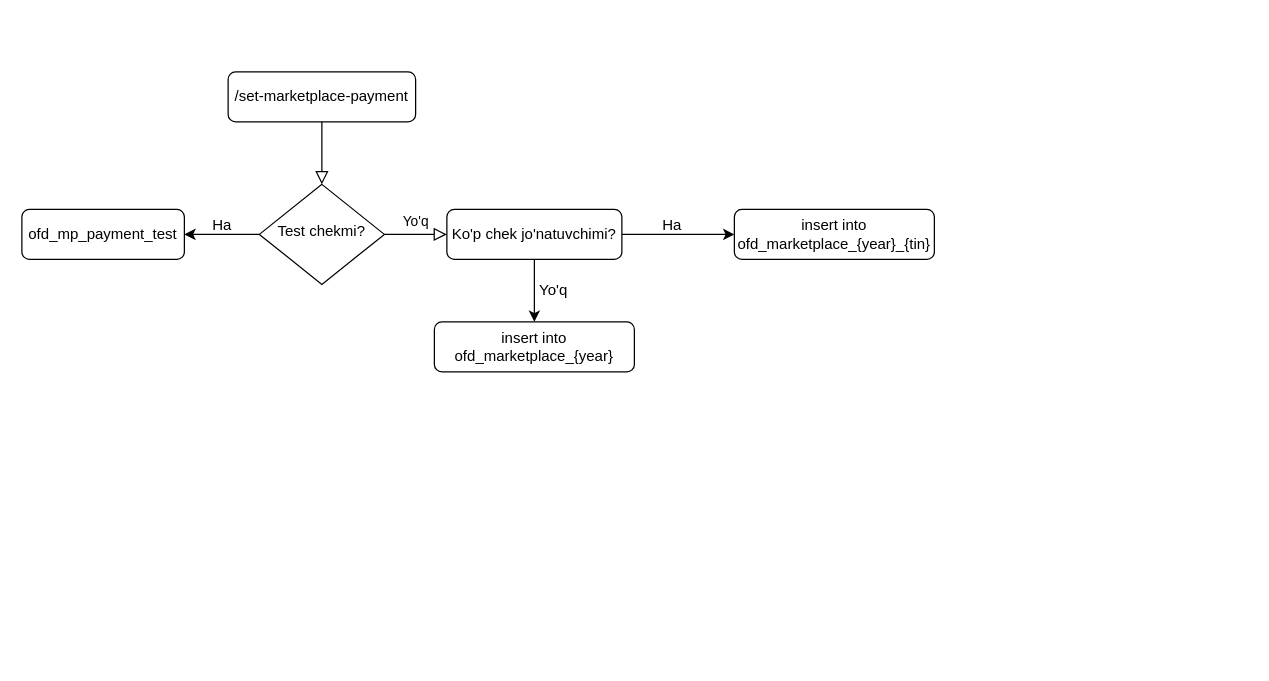
Earlier version of the draw.io diagram ofd.drawio (Akhadjon-Bokijanov/diagrams). Source tidied: cells renumbered, new cells numbered last; positions are measured from the earlier drawing's top-left corner, leaving out a move shared by most shapes. Both pictures are drawn from the tidied source at 125%, with x=0, y=0 at pixel (21, 71).
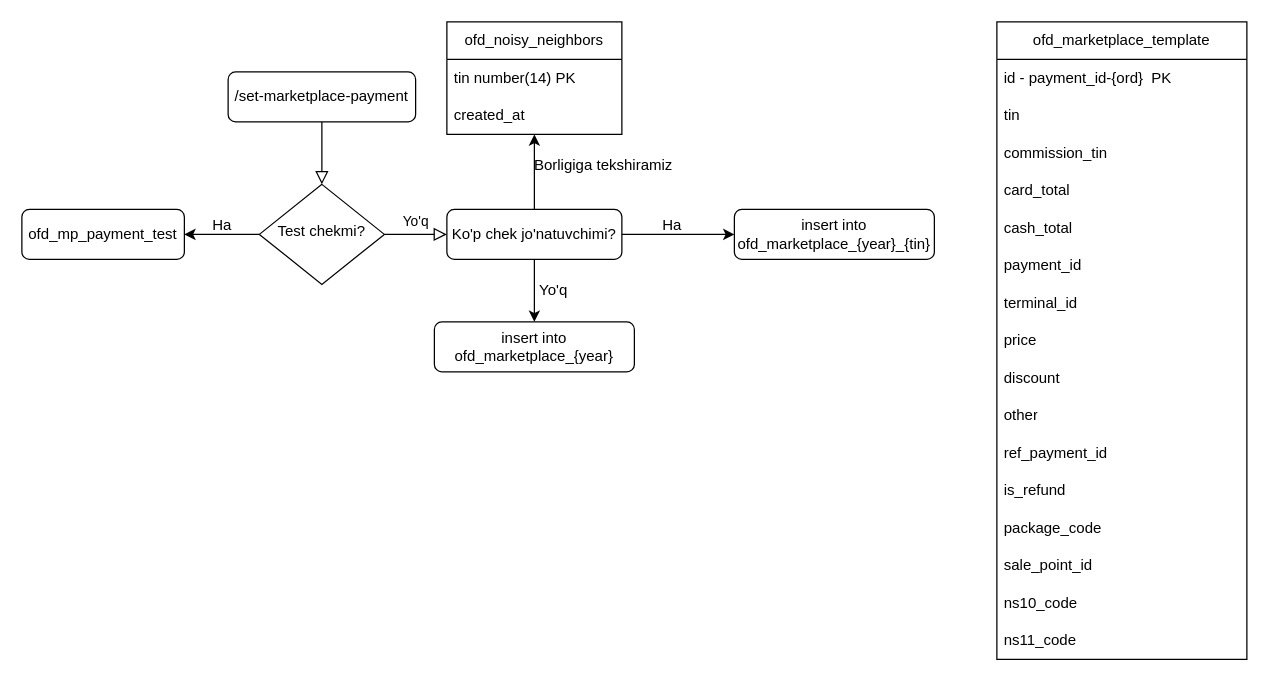
The same diagram, later.

The change refers to these unchanged cells:
```xml
<mxCell id="9" value="Ko'p chek jo'natuvchimi?" style="rounded=1;whiteSpace=wrap;html=1;fontSize=12;glass=0;strokeWidth=1;shadow=0;" parent="1" vertex="1">
  <mxGeometry x="340" y="110" width="140" height="40" as="geometry" />
</mxCell>
```

What changed in the source:
```diff
@@
+    <mxCell id="16" style="edgeStyle=orthogonalEdgeStyle;rounded=0;jettySize=auto;html=1;entryX=0.5;entryY=1;entryDx=0;entryDy=0;entryPerimeter=0;" parent="1" edge="1" source="9" target="19">
+      <mxGeometry relative="1" as="geometry" />
+    </mxCell>
@@
+    <mxCell id="17" value="ofd_noisy_neighbors" style="swimlane;fontStyle=0;horizontal=1;startSize=30;whiteSpace=wrap;html=1;" parent="1" vertex="1">
+      <mxGeometry x="340" y="-40" width="140" height="90" as="geometry" />
+    </mxCell>
+    <mxCell id="18" value="tin number(14) PK" style="text;strokeColor=none;fillColor=none;align=left;verticalAlign=middle;spacingLeft=4;spacingRight=4;overflow=hidden;whiteSpace=wrap;html=1;" parent="17" vertex="1">
+      <mxGeometry y="30" width="140" height="30" as="geometry" />
+    </mxCell>
+    <mxCell id="19" value="created_at" style="text;strokeColor=none;fillColor=none;align=left;verticalAlign=middle;spacingLeft=4;spacingRight=4;overflow=hidden;points=[[0,0.5],[1,0.5]];portConstraint=eastwest;whiteSpace=wrap;html=1;" parent="17" vertex="1">
+      <mxGeometry y="60" width="140" height="30" as="geometry" />
+    </mxCell>
+    <mxCell id="20" value="Borligiga tekshiramiz" style="text;html=1;align=center;verticalAlign=middle;strokeColor=none;fillColor=none;" parent="1" vertex="1">
+      <mxGeometry x="400" y="60" width="130" height="30" as="geometry" />
+    </mxCell>
+    <mxCell id="21" value="ofd_marketplace_template" style="swimlane;fontStyle=0;horizontal=1;startSize=30;whiteSpace=wrap;html=1;" parent="1" vertex="1">
+      <mxGeometry x="780" y="-40" width="200" height="510" as="geometry" />
+    </mxCell>
+    <mxCell id="22" value="id - payment_id-{ord}&amp;nbsp; PK" style="text;strokeColor=none;fillColor=none;align=left;verticalAlign=middle;spacingLeft=4;spacingRight=4;overflow=hidden;whiteSpace=wrap;html=1;" parent="21" vertex="1">
+      <mxGeometry y="30" width="200" height="30" as="geometry" />
+    </mxCell>
+    <mxCell id="23" value="tin" style="text;strokeColor=none;fillColor=none;align=left;verticalAlign=middle;spacingLeft=4;spacingRight=4;overflow=hidden;whiteSpace=wrap;html=1;" parent="21" vertex="1">
+      <mxGeometry y="60" width="200" height="30" as="geometry" />
+    </mxCell>
+    <mxCell id="24" value="commission_tin" style="text;strokeColor=none;fillColor=none;align=left;verticalAlign=middle;spacingLeft=4;spacingRight=4;overflow=hidden;whiteSpace=wrap;html=1;" parent="21" vertex="1">
+      <mxGeometry y="90" width="200" height="30" as="geometry" />
+    </mxCell>
+    <mxCell id="25" value="card_total" style="text;strokeColor=none;fillColor=none;align=left;verticalAlign=middle;spacingLeft=4;spacingRight=4;overflow=hidden;whiteSpace=wrap;html=1;" parent="21" vertex="1">
+      <mxGeometry y="120" width="200" height="30" as="geometry" />
+    </mxCell>
+    <mxCell id="26" value="cash_total" style="text;strokeColor=none;fillColor=none;align=left;verticalAlign=middle;spacingLeft=4;spacingRight=4;overflow=hidden;whiteSpace=wrap;html=1;" parent="21" vertex="1">
+      <mxGeometry y="150" width="200" height="30" as="geometry" />
+    </mxCell>
+    <mxCell id="27" value="payment_id" style="text;strokeColor=none;fillColor=none;align=left;verticalAlign=middle;spacingLeft=4;spacingRight=4;overflow=hidden;whiteSpace=wrap;html=1;" parent="21" vertex="1">
+      <mxGeometry y="180" width="200" height="30" as="geometry" />
+    </mxCell>
+    <mxCell id="28" value="terminal_id" style="text;strokeColor=none;fillColor=none;align=left;verticalAlign=middle;spacingLeft=4;spacingRight=4;overflow=hidden;whiteSpace=wrap;html=1;" parent="21" vertex="1">
+      <mxGeometry y="210" width="200" height="30" as="geometry" />
+    </mxCell>
+    <mxCell id="29" value="price" style="text;strokeColor=none;fillColor=none;align=left;verticalAlign=middle;spacingLeft=4;spacingRight=4;overflow=hidden;whiteSpace=wrap;html=1;" parent="21" vertex="1">
+      <mxGeometry y="240" width="200" height="30" as="geometry" />
+    </mxCell>
+    <mxCell id="30" value="discount" style="text;strokeColor=none;fillColor=none;align=left;verticalAlign=middle;spacingLeft=4;spacingRight=4;overflow=hidden;whiteSpace=wrap;html=1;" parent="21" vertex="1">
+      <mxGeometry y="270" width="200" height="30" as="geometry" />
+    </mxCell>
+    <mxCell id="31" value="other" style="text;strokeColor=none;fillColor=none;align=left;verticalAlign=middle;spacingLeft=4;spacingRight=4;overflow=hidden;whiteSpace=wrap;html=1;" parent="21" vertex="1">
+      <mxGeometry y="300" width="200" height="30" as="geometry" />
+    </mxCell>
+    <mxCell id="32" value="ref_payment_id" style="text;strokeColor=none;fillColor=none;align=left;verticalAlign=middle;spacingLeft=4;spacingRight=4;overflow=hidden;whiteSpace=wrap;html=1;" parent="21" vertex="1">
+      <mxGeometry y="330" width="200" height="30" as="geometry" />
+    </mxCell>
+    <mxCell id="33" value="is_refund" style="text;strokeColor=none;fillColor=none;align=left;verticalAlign=middle;spacingLeft=4;spacingRight=4;overflow=hidden;whiteSpace=wrap;html=1;" parent="21" vertex="1">
+      <mxGeometry y="360" width="200" height="30" as="geometry" />
+    </mxCell>
+    <mxCell id="34" value="package_code" style="text;strokeColor=none;fillColor=none;align=left;verticalAlign=middle;spacingLeft=4;spacingRight=4;overflow=hidden;whiteSpace=wrap;html=1;" parent="21" vertex="1">
+      <mxGeometry y="390" width="200" height="30" as="geometry" />
+    </mxCell>
+    <mxCell id="35" value="sale_point_id" style="text;strokeColor=none;fillColor=none;align=left;verticalAlign=middle;spacingLeft=4;spacingRight=4;overflow=hidden;whiteSpace=wrap;html=1;" parent="21" vertex="1">
+      <mxGeometry y="420" width="200" height="30" as="geometry" />
+    </mxCell>
+    <mxCell id="36" value="ns10_code" style="text;strokeColor=none;fillColor=none;align=left;verticalAlign=middle;spacingLeft=4;spacingRight=4;overflow=hidden;whiteSpace=wrap;html=1;" parent="21" vertex="1">
+      <mxGeometry y="450" width="200" height="30" as="geometry" />
+    </mxCell>
+    <mxCell id="37" value="ns11_code" style="text;strokeColor=none;fillColor=none;align=left;verticalAlign=middle;spacingLeft=4;spacingRight=4;overflow=hidden;whiteSpace=wrap;html=1;" parent="21" vertex="1">
+      <mxGeometry y="480" width="200" height="30" as="geometry" />
+    </mxCell>
```
